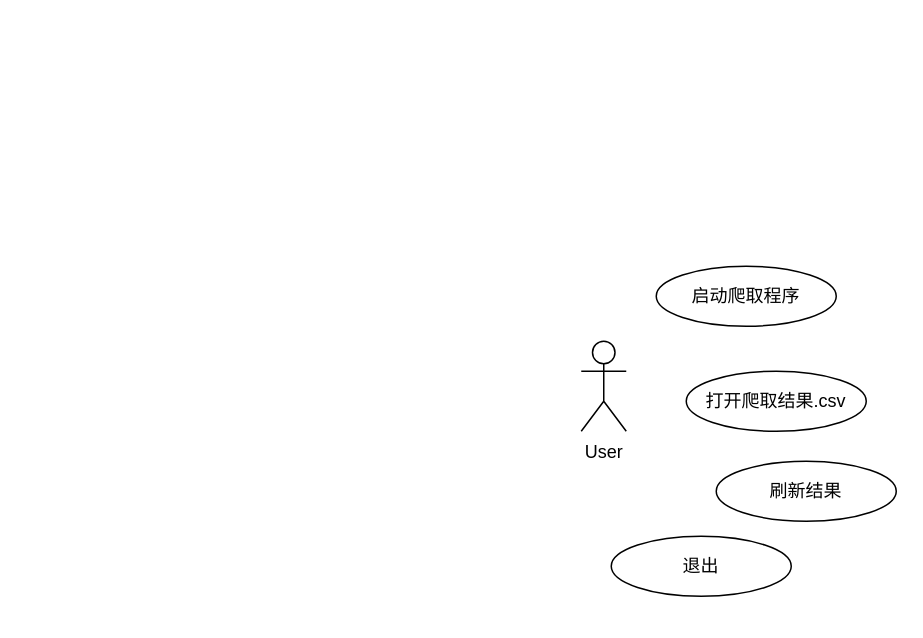
Before: usecase.drawio in RH-Xie/java-crawler, a draw.io diagram. Source tidied: cells renumbered, new cells numbered last; positions are measured from the earlier drawing's top-left corner, leaving out a move shared by most shapes. Both pictures are drawn from the tidied source at 150%, with x=0, y=0 at pixel (580, 266).
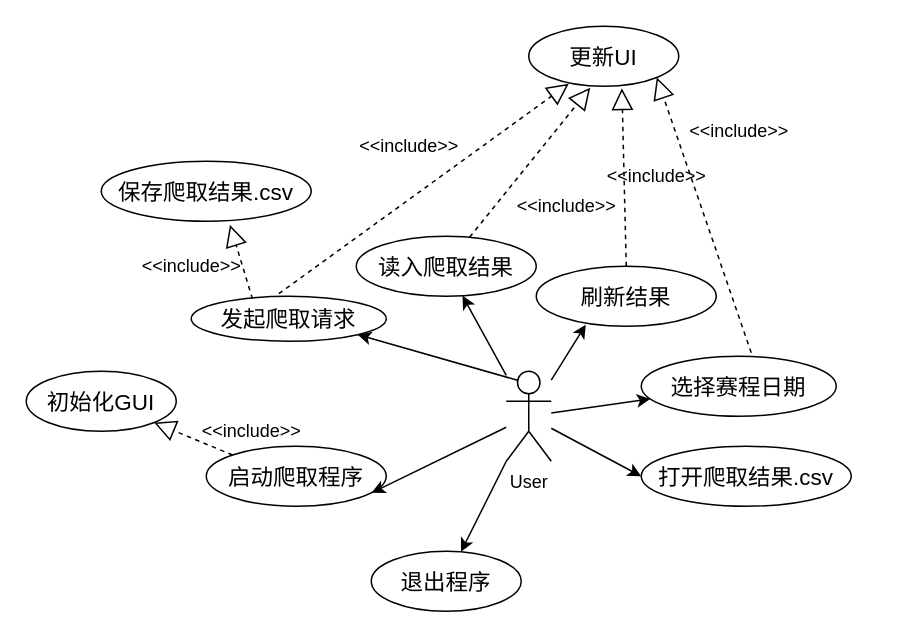
After the change.

Diff of the diagram source:
```diff
@@
+    <mxCell id="7" style="edgeStyle=none;html=1;fontSize=15;" parent="1" edge="1" source="2" target="6">
+      <mxGeometry relative="1" as="geometry" />
+    </mxCell>
+    <mxCell id="8" style="edgeStyle=none;html=1;fontSize=15;" parent="1" edge="1" source="2" target="9">
+      <mxGeometry relative="1" as="geometry" />
+    </mxCell>
     <mxCell id="2" value="User" style="shape=umlActor;verticalLabelPosition=bottom;verticalAlign=top;html=1;outlineConnect=0;" parent="1" vertex="1">
-      <mxGeometry y="50" width="30" height="60" as="geometry" />
+      <mxGeometry x="-50" y="70" width="30" height="60" as="geometry" />
     </mxCell>
-    <mxCell id="3" value="刷新结果" style="ellipse;whiteSpace=wrap;html=1;" parent="1" vertex="1">
-      <mxGeometry x="90" y="130" width="120" height="40" as="geometry" />
+    <mxCell id="3" value="&lt;font style=&quot;font-size: 15px&quot;&gt;刷新结果&lt;/font&gt;" style="ellipse;whiteSpace=wrap;html=1;" parent="1" vertex="1">
+      <mxGeometry x="-30" width="120" height="40" as="geometry" />
     </mxCell>
-    <mxCell id="4" value="启动爬取程序" style="ellipse;whiteSpace=wrap;html=1;" parent="1" vertex="1">
-      <mxGeometry x="50" width="120" height="40" as="geometry" />
+    <mxCell id="4" value="&lt;font style=&quot;font-size: 15px&quot;&gt;启动爬取程序&lt;/font&gt;" style="ellipse;whiteSpace=wrap;html=1;" parent="1" vertex="1">
+      <mxGeometry x="-250" y="120" width="120" height="40" as="geometry" />
     </mxCell>
-    <mxCell id="5" value="打开爬取结果.csv" style="ellipse;whiteSpace=wrap;html=1;" parent="1" vertex="1">
-      <mxGeometry x="70" y="70" width="120" height="40" as="geometry" />
+    <mxCell id="5" value="&lt;font style=&quot;font-size: 15px&quot;&gt;打开爬取结果.csv&lt;/font&gt;" style="ellipse;whiteSpace=wrap;html=1;" parent="1" vertex="1">
+      <mxGeometry x="40" y="120" width="140" height="40" as="geometry" />
     </mxCell>
-    <mxCell id="6" value="退出" style="ellipse;whiteSpace=wrap;html=1;" parent="1" vertex="1">
-      <mxGeometry x="20" y="180" width="120" height="40" as="geometry" />
+    <mxCell id="6" value="&lt;font style=&quot;font-size: 15px&quot;&gt;退出程序&lt;/font&gt;" style="ellipse;whiteSpace=wrap;html=1;" parent="1" vertex="1">
+      <mxGeometry x="-140" y="190" width="100" height="40" as="geometry" />
     </mxCell>
+    <mxCell id="9" value="选择赛程日期" style="ellipse;whiteSpace=wrap;html=1;fontSize=15;" parent="1" vertex="1">
+      <mxGeometry x="40" y="60" width="130" height="40" as="geometry" />
+    </mxCell>
+    <mxCell id="10" style="endArrow=classic;html=1;fontSize=15;entryX=0;entryY=0.5;entryDx=0;entryDy=0;" parent="1" edge="1" source="2" target="5">
+      <mxGeometry relative="1" as="geometry" />
+    </mxCell>
+    <mxCell id="11" style="endArrow=classic;html=1;fontSize=15;entryX=0.275;entryY=0.975;entryDx=0;entryDy=0;entryPerimeter=0;" parent="1" edge="1" source="2" target="3">
+      <mxGeometry relative="1" as="geometry" />
+    </mxCell>
+    <mxCell id="12" style="endArrow=classic;html=1;fontSize=15;entryX=0.919;entryY=0.775;entryDx=0;entryDy=0;entryPerimeter=0;" parent="1" edge="1" source="2" target="4">
+      <mxGeometry relative="1" as="geometry" />
+    </mxCell>
+    <mxCell id="13" value="读入爬取结果" style="ellipse;whiteSpace=wrap;html=1;fontSize=15;" parent="1" vertex="1">
+      <mxGeometry x="-150" y="-20" width="120" height="40" as="geometry" />
+    </mxCell>
+    <mxCell id="14" style="endArrow=classic;html=1;fontSize=15;" parent="1" edge="1" source="2" target="13">
+      <mxGeometry relative="1" as="geometry" />
+    </mxCell>
+    <mxCell id="15" value="&lt;font style=&quot;font-size: 15px&quot;&gt;更新UI&lt;/font&gt;" style="ellipse;whiteSpace=wrap;html=1;" parent="1" vertex="1">
+      <mxGeometry x="-35" y="-160" width="100" height="40" as="geometry" />
+    </mxCell>
+    <mxCell id="16" style="endArrow=block;dashed=1;endFill=0;endSize=12;html=1;entryX=0.267;entryY=0.958;entryDx=0;entryDy=0;exitX=0.449;exitY=-0.056;exitDx=0;exitDy=0;exitPerimeter=0;entryPerimeter=0;" parent="1" edge="1" source="20" target="15">
+      <mxGeometry relative="1" as="geometry" />
+    </mxCell>
+    <mxCell id="17" value="&lt;font style=&quot;font-size: 15px&quot;&gt;初始化GUI&lt;/font&gt;" style="ellipse;whiteSpace=wrap;html=1;" parent="1" vertex="1">
+      <mxGeometry x="-370" y="70" width="100" height="40" as="geometry" />
+    </mxCell>
+    <mxCell id="18" style="endArrow=block;dashed=1;endFill=0;endSize=12;html=1;exitX=0;exitY=0;exitDx=0;exitDy=0;" parent="1" edge="1" source="4" target="17">
+      <mxGeometry relative="1" as="geometry" />
+    </mxCell>
+    <mxCell id="19" value="&amp;lt;&amp;lt;include&amp;gt;&amp;gt;" style="text;html=1;align=center;verticalAlign=middle;strokeColor=none;fillColor=none;" parent="1" vertex="1">
+      <mxGeometry x="-260" y="100" width="80" height="20" as="geometry" />
+    </mxCell>
+    <mxCell id="20" value="发起爬取请求" style="ellipse;whiteSpace=wrap;html=1;fontSize=15;" parent="1" vertex="1">
+      <mxGeometry x="-260" y="20" width="130" height="30" as="geometry" />
+    </mxCell>
+    <mxCell id="21" style="endArrow=classic;html=1;fontSize=15;entryX=1;entryY=1;entryDx=0;entryDy=0;exitX=0.25;exitY=0.1;exitDx=0;exitDy=0;exitPerimeter=0;" parent="1" edge="1" source="2" target="20">
+      <mxGeometry relative="1" as="geometry" />
+    </mxCell>
+    <mxCell id="22" style="endArrow=block;dashed=1;endFill=0;endSize=12;html=1;entryX=0.41;entryY=1.025;entryDx=0;entryDy=0;entryPerimeter=0;" parent="1" edge="1" source="13" target="15">
+      <mxGeometry relative="1" as="geometry" />
+    </mxCell>
+    <mxCell id="23" value="&amp;lt;&amp;lt;include&amp;gt;&amp;gt;" style="text;html=1;align=center;verticalAlign=middle;strokeColor=none;fillColor=none;" parent="1" vertex="1">
+      <mxGeometry x="10" y="-70" width="80" height="20" as="geometry" />
+    </mxCell>
+    <mxCell id="24" value="&amp;lt;&amp;lt;include&amp;gt;&amp;gt;" style="text;html=1;align=center;verticalAlign=middle;strokeColor=none;fillColor=none;" parent="1" vertex="1">
+      <mxGeometry x="-155" y="-90" width="80" height="20" as="geometry" />
+    </mxCell>
+    <mxCell id="25" style="endArrow=block;dashed=1;endFill=0;endSize=12;html=1;entryX=1;entryY=1;entryDx=0;entryDy=0;exitX=0.564;exitY=-0.058;exitDx=0;exitDy=0;exitPerimeter=0;" parent="1" edge="1" source="9" target="15">
+      <mxGeometry relative="1" as="geometry" />
+    </mxCell>
+    <mxCell id="26" value="&amp;lt;&amp;lt;include&amp;gt;&amp;gt;" style="text;html=1;align=center;verticalAlign=middle;strokeColor=none;fillColor=none;" parent="1" vertex="1">
+      <mxGeometry x="65" y="-100" width="80" height="20" as="geometry" />
+    </mxCell>
+    <mxCell id="27" style="endArrow=block;dashed=1;endFill=0;endSize=12;html=1;entryX=0.621;entryY=1.035;entryDx=0;entryDy=0;exitX=0.5;exitY=0;exitDx=0;exitDy=0;entryPerimeter=0;" parent="1" edge="1" source="3" target="15">
+      <mxGeometry relative="1" as="geometry" />
+    </mxCell>
+    <mxCell id="28" value="&amp;lt;&amp;lt;include&amp;gt;&amp;gt;" style="text;html=1;align=center;verticalAlign=middle;strokeColor=none;fillColor=none;" parent="1" vertex="1">
+      <mxGeometry x="-50" y="-50" width="80" height="20" as="geometry" />
+    </mxCell>
+    <mxCell id="29" value="&lt;font style=&quot;font-size: 15px&quot;&gt;保存爬取结果.csv&lt;/font&gt;" style="ellipse;whiteSpace=wrap;html=1;" parent="1" vertex="1">
+      <mxGeometry x="-320" y="-70" width="140" height="40" as="geometry" />
+    </mxCell>
+    <mxCell id="30" value="&amp;lt;&amp;lt;include&amp;gt;&amp;gt;" style="text;html=1;align=center;verticalAlign=middle;strokeColor=none;fillColor=none;" parent="1" vertex="1">
+      <mxGeometry x="-300" y="-10" width="80" height="20" as="geometry" />
+    </mxCell>
+    <mxCell id="31" style="endArrow=block;dashed=1;endFill=0;endSize=12;html=1;entryX=0.613;entryY=1.059;entryDx=0;entryDy=0;exitX=0.314;exitY=0.059;exitDx=0;exitDy=0;exitPerimeter=0;entryPerimeter=0;" parent="1" edge="1" source="20" target="29">
+      <mxGeometry relative="1" as="geometry" />
+    </mxCell>
```
